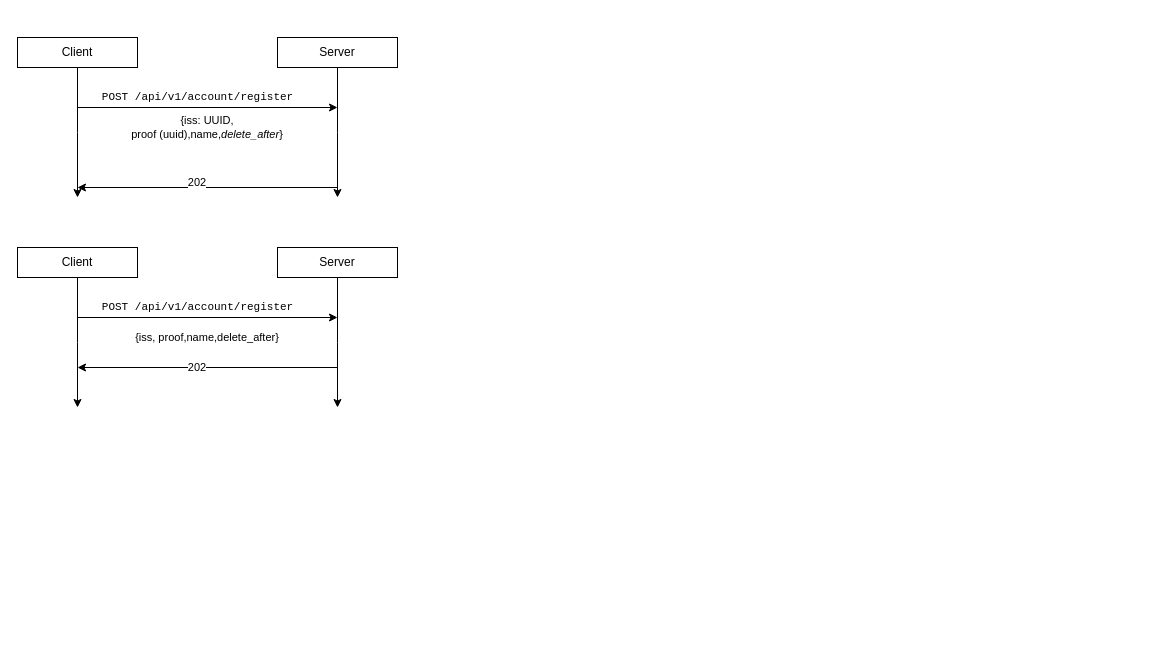
0xpr03/vta_backend keeps this draw.io diagram as api_flow.drawio. Above is the earlier version. Source tidied: cells renumbered, new cells numbered last; positions are measured from the earlier drawing's top-left corner, leaving out a move shared by most shapes. Both pictures are drawn from the tidied source at 100%, with x=0, y=0 at pixel (17, 37).
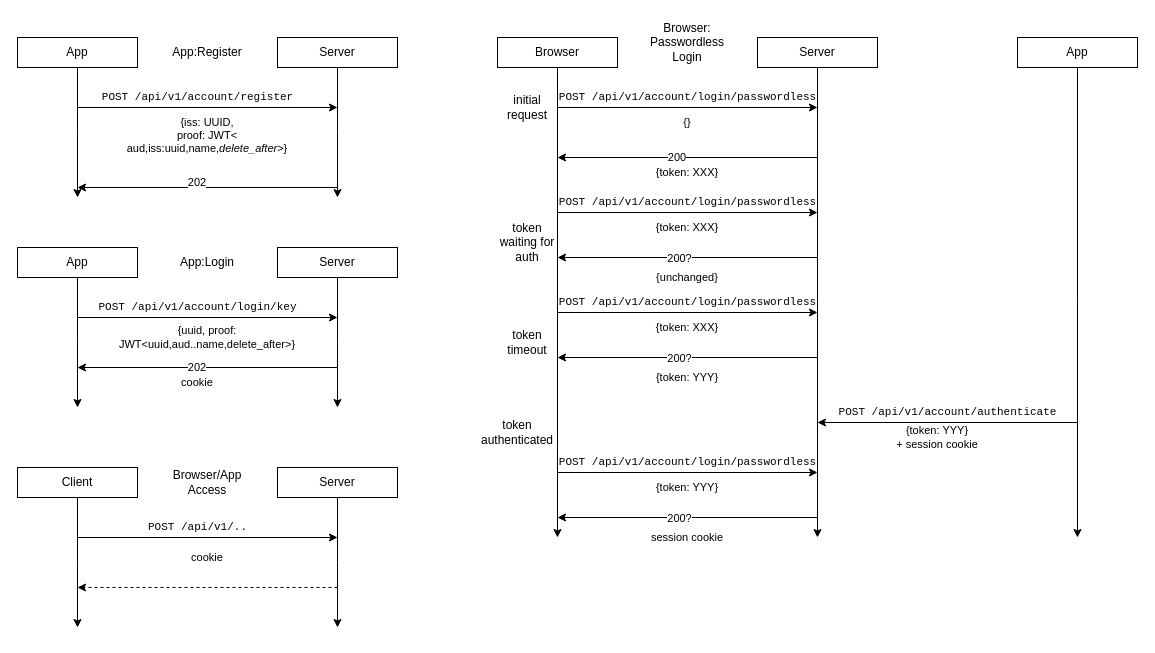
The same diagram, later.

Commit message:
document authen flow

What changed in the source:
```diff
@@
-    <mxCell id="3" value="Client" style="rounded=0;whiteSpace=wrap;html=1;" parent="1" vertex="1">
+    <mxCell id="3" value="App" style="rounded=0;whiteSpace=wrap;html=1;" parent="1" vertex="1">
       <mxGeometry width="120" height="30" as="geometry" />
     </mxCell>
@@
-    <mxCell id="8" value="{iss: UUID,&lt;br&gt;proof (uuid),name,&lt;i&gt;delete_after&lt;/i&gt;}" style="text;html=1;strokeColor=none;fillColor=none;align=center;verticalAlign=middle;whiteSpace=wrap;rounded=0;labelBackgroundColor=#FFFFFF;fontSize=11;fontColor=#000000;" parent="1" vertex="1">
-      <mxGeometry x="100" y="75" width="180" height="30" as="geometry" />
+    <mxCell id="8" value="{iss: UUID,&lt;br&gt;proof: JWT&amp;lt; aud,iss:uuid,name,&lt;i&gt;delete_after&lt;/i&gt;&amp;gt;}" style="text;html=1;strokeColor=none;fillColor=none;align=center;verticalAlign=middle;whiteSpace=wrap;rounded=0;labelBackgroundColor=#FFFFFF;fontSize=11;fontColor=#000000;" parent="1" vertex="1">
+      <mxGeometry x="100" y="75" width="180" height="45" as="geometry" />
     </mxCell>
@@
-    <mxCell id="12" value="Client" style="rounded=0;whiteSpace=wrap;html=1;" parent="1" vertex="1">
+    <mxCell id="12" value="App" style="rounded=0;whiteSpace=wrap;html=1;" parent="1" vertex="1">
       <mxGeometry y="210" width="120" height="30" as="geometry" />
     </mxCell>
@@
-    <mxCell id="16" value="&lt;div style=&quot;font-family: &amp;#34;fira code&amp;#34; , &amp;#34;consolas&amp;#34; , &amp;#34;courier new&amp;#34; , monospace , &amp;#34;consolas&amp;#34; , &amp;#34;courier new&amp;#34; , monospace ; line-height: 19px&quot;&gt;&lt;font style=&quot;font-size: 11px ; background-color: rgb(255 , 255 , 255)&quot;&gt;POST /api/v1/account/register&lt;/font&gt;&lt;/div&gt;" style="text;html=1;align=center;verticalAlign=middle;strokeColor=none;fillColor=none;" parent="1" vertex="1">
-      <mxGeometry x="75" y="255" width="210" height="30" as="geometry" />
+    <mxCell id="16" value="&lt;div style=&quot;font-family: &amp;#34;fira code&amp;#34; , &amp;#34;consolas&amp;#34; , &amp;#34;courier new&amp;#34; , monospace , &amp;#34;consolas&amp;#34; , &amp;#34;courier new&amp;#34; , monospace ; line-height: 19px&quot;&gt;&lt;font style=&quot;font-size: 11px ; background-color: rgb(255 , 255 , 255)&quot;&gt;POST /api/v1/account/login/key&lt;/font&gt;&lt;/div&gt;" style="text;html=1;align=center;verticalAlign=middle;strokeColor=none;fillColor=none;" parent="1" vertex="1">
+      <mxGeometry x="70" y="255" width="220" height="30" as="geometry" />
     </mxCell>
-    <mxCell id="17" value="{iss, proof,name,delete_after}" style="text;html=1;strokeColor=none;fillColor=none;align=center;verticalAlign=middle;whiteSpace=wrap;rounded=0;labelBackgroundColor=#FFFFFF;fontSize=11;fontColor=#000000;" parent="1" vertex="1">
+    <mxCell id="17" value="{uuid, proof: JWT&amp;lt;uuid,aud..name,delete_after&amp;gt;}" style="text;html=1;strokeColor=none;fillColor=none;align=center;verticalAlign=middle;whiteSpace=wrap;rounded=0;labelBackgroundColor=#FFFFFF;fontSize=11;fontColor=#000000;" parent="1" vertex="1">
       <mxGeometry x="100" y="285" width="180" height="30" as="geometry" />
     </mxCell>
@@
+    <mxCell id="21" value="App:Register" style="text;html=1;strokeColor=none;fillColor=none;align=center;verticalAlign=middle;whiteSpace=wrap;rounded=0;" parent="1" vertex="1">
+      <mxGeometry x="160" width="60" height="30" as="geometry" />
+    </mxCell>
+    <mxCell id="22" value="App:Login" style="text;html=1;strokeColor=none;fillColor=none;align=center;verticalAlign=middle;whiteSpace=wrap;rounded=0;" parent="1" vertex="1">
+      <mxGeometry x="160" y="210" width="60" height="30" as="geometry" />
+    </mxCell>
+    <mxCell id="23" style="edgeStyle=orthogonalEdgeStyle;rounded=0;jettySize=auto;html=1;" parent="1" edge="1" source="24">
+      <mxGeometry relative="1" as="geometry">
+        <mxPoint x="540" y="500" as="targetPoint" />
+      </mxGeometry>
+    </mxCell>
+    <mxCell id="24" value="Browser" style="rounded=0;whiteSpace=wrap;html=1;" parent="1" vertex="1">
+      <mxGeometry x="480" width="120" height="30" as="geometry" />
+    </mxCell>
+    <mxCell id="25" style="edgeStyle=orthogonalEdgeStyle;rounded=0;jettySize=auto;html=1;fontSize=11;fontColor=#000000;" parent="1" edge="1" source="26">
+      <mxGeometry relative="1" as="geometry">
+        <mxPoint x="800" y="500" as="targetPoint" />
+      </mxGeometry>
+    </mxCell>
+    <mxCell id="26" value="Server" style="rounded=0;whiteSpace=wrap;html=1;" parent="1" vertex="1">
+      <mxGeometry x="740" width="120" height="30" as="geometry" />
+    </mxCell>
+    <mxCell id="27" style="endArrow=classic;html=1;rounded=0;" parent="1" edge="1">
+      <mxGeometry relative="1" as="geometry">
+        <mxPoint x="540" y="70" as="sourcePoint" />
+        <mxPoint x="800" y="70" as="targetPoint" />
+      </mxGeometry>
+    </mxCell>
+    <mxCell id="28" value="&lt;div style=&quot;font-family: &amp;#34;fira code&amp;#34; , &amp;#34;consolas&amp;#34; , &amp;#34;courier new&amp;#34; , monospace , &amp;#34;consolas&amp;#34; , &amp;#34;courier new&amp;#34; , monospace ; line-height: 19px&quot;&gt;&lt;font style=&quot;font-size: 11px ; background-color: rgb(255 , 255 , 255)&quot;&gt;POST /api/v1/account/login/passwordless&lt;/font&gt;&lt;/div&gt;" style="text;html=1;align=center;verticalAlign=middle;strokeColor=none;fillColor=none;" parent="1" vertex="1">
+      <mxGeometry x="530" y="45" width="280" height="30" as="geometry" />
+    </mxCell>
+    <mxCell id="29" value="{}" style="text;html=1;strokeColor=none;fillColor=none;align=center;verticalAlign=middle;whiteSpace=wrap;rounded=0;labelBackgroundColor=#FFFFFF;fontSize=11;fontColor=#000000;" parent="1" vertex="1">
+      <mxGeometry x="580" y="70" width="180" height="30" as="geometry" />
+    </mxCell>
+    <mxCell id="30" style="endArrow=classic;html=1;rounded=0;fontSize=11;fontColor=#000000;" parent="1" edge="1">
+      <mxGeometry relative="1" as="geometry">
+        <mxPoint x="800" y="120" as="sourcePoint" />
+        <mxPoint x="540" y="120" as="targetPoint" />
+      </mxGeometry>
+    </mxCell>
+    <mxCell id="31" value="200" style="text;html=1;strokeColor=none;fillColor=none;align=center;verticalAlign=middle;whiteSpace=wrap;rounded=0;labelBackgroundColor=#FFFFFF;fontSize=11;fontColor=#000000;" parent="1" vertex="1">
+      <mxGeometry x="630" y="105" width="60" height="30" as="geometry" />
+    </mxCell>
+    <mxCell id="32" value="Browser: Passwordless Login" style="text;html=1;strokeColor=none;fillColor=none;align=center;verticalAlign=middle;whiteSpace=wrap;rounded=0;" parent="1" vertex="1">
+      <mxGeometry x="640" y="-20" width="60" height="50" as="geometry" />
+    </mxCell>
+    <mxCell id="33" value="cookie" style="text;html=1;strokeColor=none;fillColor=none;align=center;verticalAlign=middle;whiteSpace=wrap;rounded=0;labelBackgroundColor=#FFFFFF;fontSize=11;fontColor=#000000;" parent="1" vertex="1">
+      <mxGeometry x="90" y="330" width="180" height="30" as="geometry" />
+    </mxCell>
+    <mxCell id="34" style="edgeStyle=orthogonalEdgeStyle;rounded=0;jettySize=auto;html=1;" parent="1" edge="1" source="35">
+      <mxGeometry relative="1" as="geometry">
+        <mxPoint x="60" y="590" as="targetPoint" />
+      </mxGeometry>
+    </mxCell>
+    <mxCell id="35" value="Client" style="rounded=0;whiteSpace=wrap;html=1;" parent="1" vertex="1">
+      <mxGeometry y="430" width="120" height="30" as="geometry" />
+    </mxCell>
+    <mxCell id="36" style="edgeStyle=orthogonalEdgeStyle;rounded=0;jettySize=auto;html=1;fontSize=11;fontColor=#000000;" parent="1" edge="1" source="37">
+      <mxGeometry relative="1" as="geometry">
+        <mxPoint x="320" y="590" as="targetPoint" />
+      </mxGeometry>
+    </mxCell>
+    <mxCell id="37" value="Server" style="rounded=0;whiteSpace=wrap;html=1;" parent="1" vertex="1">
+      <mxGeometry x="260" y="430" width="120" height="30" as="geometry" />
+    </mxCell>
+    <mxCell id="38" style="endArrow=classic;html=1;rounded=0;" parent="1" edge="1">
+      <mxGeometry relative="1" as="geometry">
+        <mxPoint x="60" y="500" as="sourcePoint" />
+        <mxPoint x="320" y="500" as="targetPoint" />
+      </mxGeometry>
+    </mxCell>
+    <mxCell id="39" value="&lt;div style=&quot;font-family: &amp;#34;fira code&amp;#34; , &amp;#34;consolas&amp;#34; , &amp;#34;courier new&amp;#34; , monospace , &amp;#34;consolas&amp;#34; , &amp;#34;courier new&amp;#34; , monospace ; line-height: 19px&quot;&gt;&lt;font style=&quot;font-size: 11px ; background-color: rgb(255 , 255 , 255)&quot;&gt;POST /api/v1/..&lt;/font&gt;&lt;/div&gt;" style="text;html=1;align=center;verticalAlign=middle;strokeColor=none;fillColor=none;" parent="1" vertex="1">
+      <mxGeometry x="120" y="475" width="120" height="30" as="geometry" />
+    </mxCell>
+    <mxCell id="40" value="cookie" style="text;html=1;strokeColor=none;fillColor=none;align=center;verticalAlign=middle;whiteSpace=wrap;rounded=0;labelBackgroundColor=#FFFFFF;fontSize=11;fontColor=#000000;" parent="1" vertex="1">
+      <mxGeometry x="100" y="505" width="180" height="30" as="geometry" />
+    </mxCell>
+    <mxCell id="41" style="endArrow=classic;html=1;rounded=0;fontSize=11;fontColor=#000000;dashed=1;" parent="1" edge="1">
+      <mxGeometry relative="1" as="geometry">
+        <mxPoint x="320" y="550" as="sourcePoint" />
+        <mxPoint x="60" y="550" as="targetPoint" />
+      </mxGeometry>
+    </mxCell>
+    <mxCell id="42" value="Browser/App&lt;br&gt;Access" style="text;html=1;strokeColor=none;fillColor=none;align=center;verticalAlign=middle;whiteSpace=wrap;rounded=0;" parent="1" vertex="1">
+      <mxGeometry x="160" y="430" width="60" height="30" as="geometry" />
+    </mxCell>
+    <mxCell id="43" value="{token: XXX}" style="text;html=1;strokeColor=none;fillColor=none;align=center;verticalAlign=middle;whiteSpace=wrap;rounded=0;labelBackgroundColor=#FFFFFF;fontSize=11;fontColor=#000000;" parent="1" vertex="1">
+      <mxGeometry x="580" y="120" width="180" height="30" as="geometry" />
+    </mxCell>
+    <mxCell id="44" style="edgeStyle=orthogonalEdgeStyle;rounded=0;jettySize=auto;html=1;" parent="1" edge="1" source="45">
+      <mxGeometry relative="1" as="geometry">
+        <mxPoint x="1060" y="500" as="targetPoint" />
+      </mxGeometry>
+    </mxCell>
+    <mxCell id="45" value="App" style="rounded=0;whiteSpace=wrap;html=1;" parent="1" vertex="1">
+      <mxGeometry x="1000" width="120" height="30" as="geometry" />
+    </mxCell>
+    <mxCell id="46" style="endArrow=classic;html=1;rounded=0;fontSize=11;fontColor=#000000;" parent="1" edge="1">
+      <mxGeometry relative="1" as="geometry">
+        <mxPoint x="1060" y="385" as="sourcePoint" />
+        <mxPoint x="800" y="385" as="targetPoint" />
+      </mxGeometry>
+    </mxCell>
+    <mxCell id="47" value="&lt;div style=&quot;font-family: &amp;#34;fira code&amp;#34; , &amp;#34;consolas&amp;#34; , &amp;#34;courier new&amp;#34; , monospace , &amp;#34;consolas&amp;#34; , &amp;#34;courier new&amp;#34; , monospace ; line-height: 19px&quot;&gt;&lt;font style=&quot;font-size: 11px ; background-color: rgb(255 , 255 , 255)&quot;&gt;POST /api/v1/account/authenticate&lt;/font&gt;&lt;/div&gt;" style="text;html=1;align=center;verticalAlign=middle;strokeColor=none;fillColor=none;" parent="1" vertex="1">
+      <mxGeometry x="810" y="360" width="240" height="30" as="geometry" />
+    </mxCell>
+    <mxCell id="48" value="{token: YYY}&lt;br&gt;+ session cookie" style="text;html=1;strokeColor=none;fillColor=none;align=center;verticalAlign=middle;whiteSpace=wrap;rounded=0;labelBackgroundColor=#FFFFFF;fontSize=11;fontColor=#000000;" parent="1" vertex="1">
+      <mxGeometry x="830" y="385" width="180" height="30" as="geometry" />
+    </mxCell>
+    <mxCell id="49" style="endArrow=classic;html=1;rounded=0;" parent="1" edge="1">
+      <mxGeometry relative="1" as="geometry">
+        <mxPoint x="540" y="175" as="sourcePoint" />
+        <mxPoint x="800" y="175" as="targetPoint" />
+      </mxGeometry>
+    </mxCell>
+    <mxCell id="50" value="&lt;div style=&quot;font-family: &amp;#34;fira code&amp;#34; , &amp;#34;consolas&amp;#34; , &amp;#34;courier new&amp;#34; , monospace , &amp;#34;consolas&amp;#34; , &amp;#34;courier new&amp;#34; , monospace ; line-height: 19px&quot;&gt;&lt;font style=&quot;font-size: 11px ; background-color: rgb(255 , 255 , 255)&quot;&gt;POST /api/v1/account/login/passwordless&lt;/font&gt;&lt;/div&gt;" style="text;html=1;align=center;verticalAlign=middle;strokeColor=none;fillColor=none;" parent="1" vertex="1">
+      <mxGeometry x="530" y="150" width="280" height="30" as="geometry" />
+    </mxCell>
+    <mxCell id="51" value="{token: XXX}" style="text;html=1;strokeColor=none;fillColor=none;align=center;verticalAlign=middle;whiteSpace=wrap;rounded=0;labelBackgroundColor=#FFFFFF;fontSize=11;fontColor=#000000;" parent="1" vertex="1">
+      <mxGeometry x="580" y="175" width="180" height="30" as="geometry" />
+    </mxCell>
+    <mxCell id="52" style="endArrow=classic;html=1;rounded=0;fontSize=11;fontColor=#000000;" parent="1" edge="1">
+      <mxGeometry relative="1" as="geometry">
+        <mxPoint x="800" y="220" as="sourcePoint" />
+        <mxPoint x="540" y="220" as="targetPoint" />
+      </mxGeometry>
+    </mxCell>
+    <mxCell id="53" value="200?" style="edgeLabel;html=1;align=center;verticalAlign=middle;" parent="52" vertex="1">
+      <mxGeometry x="0.07" relative="1" as="geometry" />
+    </mxCell>
+    <mxCell id="54" value="{unchanged}" style="text;html=1;strokeColor=none;fillColor=none;align=center;verticalAlign=middle;whiteSpace=wrap;rounded=0;labelBackgroundColor=#FFFFFF;fontSize=11;fontColor=#000000;" parent="1" vertex="1">
+      <mxGeometry x="580" y="225" width="180" height="30" as="geometry" />
+    </mxCell>
+    <mxCell id="55" style="endArrow=classic;html=1;rounded=0;" parent="1" edge="1">
+      <mxGeometry relative="1" as="geometry">
+        <mxPoint x="540" y="275" as="sourcePoint" />
+        <mxPoint x="800" y="275" as="targetPoint" />
+      </mxGeometry>
+    </mxCell>
+    <mxCell id="56" value="&lt;div style=&quot;font-family: &amp;#34;fira code&amp;#34; , &amp;#34;consolas&amp;#34; , &amp;#34;courier new&amp;#34; , monospace , &amp;#34;consolas&amp;#34; , &amp;#34;courier new&amp;#34; , monospace ; line-height: 19px&quot;&gt;&lt;font style=&quot;font-size: 11px ; background-color: rgb(255 , 255 , 255)&quot;&gt;POST /api/v1/account/login/passwordless&lt;/font&gt;&lt;/div&gt;" style="text;html=1;align=center;verticalAlign=middle;strokeColor=none;fillColor=none;" parent="1" vertex="1">
+      <mxGeometry x="530" y="250" width="280" height="30" as="geometry" />
+    </mxCell>
+    <mxCell id="57" value="{token: XXX}" style="text;html=1;strokeColor=none;fillColor=none;align=center;verticalAlign=middle;whiteSpace=wrap;rounded=0;labelBackgroundColor=#FFFFFF;fontSize=11;fontColor=#000000;" parent="1" vertex="1">
+      <mxGeometry x="580" y="275" width="180" height="30" as="geometry" />
+    </mxCell>
+    <mxCell id="58" style="endArrow=classic;html=1;rounded=0;fontSize=11;fontColor=#000000;" parent="1" edge="1">
+      <mxGeometry relative="1" as="geometry">
+        <mxPoint x="800" y="320" as="sourcePoint" />
+        <mxPoint x="540" y="320" as="targetPoint" />
+      </mxGeometry>
+    </mxCell>
+    <mxCell id="59" value="200?" style="edgeLabel;html=1;align=center;verticalAlign=middle;" parent="58" vertex="1">
+      <mxGeometry x="0.07" relative="1" as="geometry" />
+    </mxCell>
+    <mxCell id="60" value="{token: YYY}" style="text;html=1;strokeColor=none;fillColor=none;align=center;verticalAlign=middle;whiteSpace=wrap;rounded=0;labelBackgroundColor=#FFFFFF;fontSize=11;fontColor=#000000;" parent="1" vertex="1">
+      <mxGeometry x="580" y="325" width="180" height="30" as="geometry" />
+    </mxCell>
+    <mxCell id="61" value="token timeout" style="text;html=1;strokeColor=none;fillColor=none;align=center;verticalAlign=middle;whiteSpace=wrap;rounded=0;" parent="1" vertex="1">
+      <mxGeometry x="480" y="280" width="60" height="50" as="geometry" />
+    </mxCell>
+    <mxCell id="62" value="token waiting for auth" style="text;html=1;strokeColor=none;fillColor=none;align=center;verticalAlign=middle;whiteSpace=wrap;rounded=0;" parent="1" vertex="1">
+      <mxGeometry x="480" y="180" width="60" height="50" as="geometry" />
+    </mxCell>
+    <mxCell id="63" style="endArrow=classic;html=1;rounded=0;" parent="1" edge="1">
+      <mxGeometry relative="1" as="geometry">
+        <mxPoint x="540" y="435" as="sourcePoint" />
+        <mxPoint x="800" y="435" as="targetPoint" />
+      </mxGeometry>
+    </mxCell>
+    <mxCell id="64" value="&lt;div style=&quot;font-family: &amp;#34;fira code&amp;#34; , &amp;#34;consolas&amp;#34; , &amp;#34;courier new&amp;#34; , monospace , &amp;#34;consolas&amp;#34; , &amp;#34;courier new&amp;#34; , monospace ; line-height: 19px&quot;&gt;&lt;font style=&quot;font-size: 11px ; background-color: rgb(255 , 255 , 255)&quot;&gt;POST /api/v1/account/login/passwordless&lt;/font&gt;&lt;/div&gt;" style="text;html=1;align=center;verticalAlign=middle;strokeColor=none;fillColor=none;" parent="1" vertex="1">
+      <mxGeometry x="530" y="410" width="280" height="30" as="geometry" />
+    </mxCell>
+    <mxCell id="65" value="{token: YYY}" style="text;html=1;strokeColor=none;fillColor=none;align=center;verticalAlign=middle;whiteSpace=wrap;rounded=0;labelBackgroundColor=#FFFFFF;fontSize=11;fontColor=#000000;" parent="1" vertex="1">
+      <mxGeometry x="580" y="435" width="180" height="30" as="geometry" />
+    </mxCell>
+    <mxCell id="66" style="endArrow=classic;html=1;rounded=0;fontSize=11;fontColor=#000000;" parent="1" edge="1">
+      <mxGeometry relative="1" as="geometry">
+        <mxPoint x="800" y="480" as="sourcePoint" />
+        <mxPoint x="540" y="480" as="targetPoint" />
+      </mxGeometry>
+    </mxCell>
+    <mxCell id="67" value="200?" style="edgeLabel;html=1;align=center;verticalAlign=middle;" parent="66" vertex="1">
+      <mxGeometry x="0.07" relative="1" as="geometry" />
+    </mxCell>
+    <mxCell id="68" value="session cookie" style="text;html=1;strokeColor=none;fillColor=none;align=center;verticalAlign=middle;whiteSpace=wrap;rounded=0;labelBackgroundColor=#FFFFFF;fontSize=11;fontColor=#000000;" parent="1" vertex="1">
+      <mxGeometry x="580" y="485" width="180" height="30" as="geometry" />
+    </mxCell>
+    <mxCell id="69" value="token authenticated" style="text;html=1;strokeColor=none;fillColor=none;align=center;verticalAlign=middle;whiteSpace=wrap;rounded=0;" parent="1" vertex="1">
+      <mxGeometry x="470" y="370" width="60" height="50" as="geometry" />
+    </mxCell>
+    <mxCell id="70" value="initial request" style="text;html=1;strokeColor=none;fillColor=none;align=center;verticalAlign=middle;whiteSpace=wrap;rounded=0;" parent="1" vertex="1">
+      <mxGeometry x="480" y="45" width="60" height="50" as="geometry" />
+    </mxCell>
```
